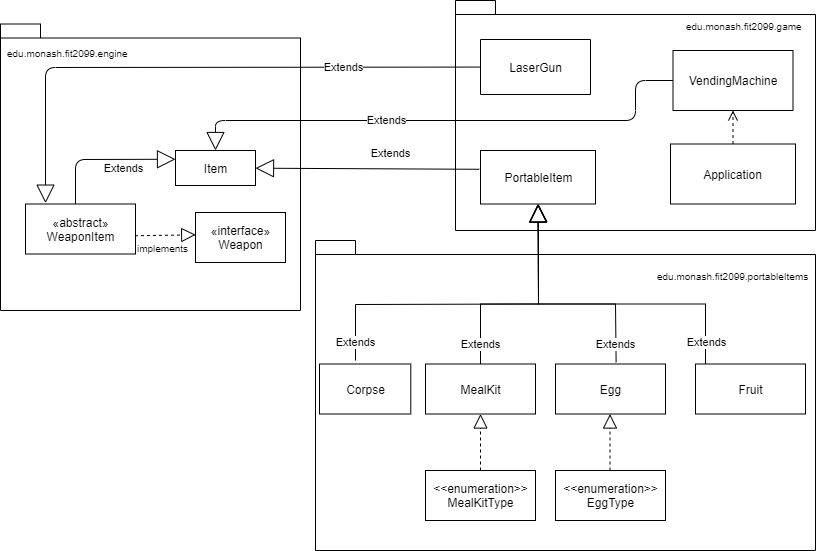
The draw.io diagram assignment_workings/ClassDiagram - items.png in mltw/fit2099-jurassic-park-2021, before a commit. Source tidied: cells renumbered, new cells last; positions are measured from the earlier drawing's top-left corner, leaving out a move shared by most shapes. The source it was exported from:
```xml
<mxGraphModel>
  <root>
    <mxCell id="0" />
    <mxCell id="1" parent="0" />
    <mxCell id="2" style="shape=folder;fontStyle=1;spacingTop=10;tabWidth=40;tabHeight=14;tabPosition=left;html=1;" parent="1" vertex="1">
      <mxGeometry y="23.5" width="300" height="286.5" as="geometry" />
    </mxCell>
    <mxCell id="3" style="shape=folder;fontStyle=1;spacingTop=10;tabWidth=40;tabHeight=14;tabPosition=left;html=1;" parent="1" vertex="1">
      <mxGeometry x="455" width="360" height="230" as="geometry" />
    </mxCell>
    <mxCell id="4" style="shape=folder;fontStyle=1;spacingTop=10;tabWidth=40;tabHeight=14;tabPosition=left;html=1;" parent="1" vertex="1">
      <mxGeometry x="315" y="240" width="500" height="310" as="geometry" />
    </mxCell>
    <mxCell id="5" value="Fruit" style="html=1;direction=north;" parent="1" vertex="1">
      <mxGeometry x="695" y="363.5" width="110" height="50" as="geometry" />
    </mxCell>
    <mxCell id="6" value="Extends" style="endArrow=block;endSize=16;endFill=0;html=1;rounded=0;" parent="1" edge="1">
      <mxGeometry x="-0.87" y="-1" relative="1" as="geometry">
        <mxPoint x="705" y="363.5" as="sourcePoint" />
        <mxPoint x="538" y="203.5" as="targetPoint" />
        <Array as="points">
          <mxPoint x="705" y="303.5" />
          <mxPoint x="538" y="303.5" />
        </Array>
      </mxGeometry>
    </mxCell>
    <mxCell id="7" value="Extends" style="endArrow=block;endSize=16;endFill=0;html=1;exitX=-0.011;exitY=0.351;exitDx=0;exitDy=0;exitPerimeter=0;" parent="1" edge="1" source="8" target="15">
      <mxGeometry x="-0.2" y="-15" relative="1" as="geometry" />
    </mxCell>
    <mxCell id="8" value="PortableItem" style="html=1;" parent="1" vertex="1">
      <mxGeometry x="480" y="150" width="115" height="53.5" as="geometry" />
    </mxCell>
    <mxCell id="9" value="&lt;font style=&quot;font-size: 12px&quot;&gt;Egg&lt;/font&gt;" style="html=1;fontSize=6;" parent="1" vertex="1">
      <mxGeometry x="555" y="363.5" width="110" height="50" as="geometry" />
    </mxCell>
    <mxCell id="10" value="Extends" style="endArrow=block;endSize=16;endFill=0;html=1;entryX=0.5;entryY=1;entryDx=0;entryDy=0;rounded=0;" parent="1" edge="1" source="11" target="8">
      <mxGeometry x="-0.82" relative="1" as="geometry">
        <Array as="points">
          <mxPoint x="480" y="303.5" />
          <mxPoint x="538" y="303.5" />
        </Array>
      </mxGeometry>
    </mxCell>
    <mxCell id="11" value="MealKit" style="html=1;" parent="1" vertex="1">
      <mxGeometry x="425" y="363.5" width="110" height="50" as="geometry" />
    </mxCell>
    <mxCell id="12" value="Extends" style="endArrow=block;endSize=16;endFill=0;html=1;entryX=0.5;entryY=1;entryDx=0;entryDy=0;rounded=0;exitX=0.551;exitY=-0.034;exitDx=0;exitDy=0;exitPerimeter=0;" parent="1" edge="1" source="9" target="8">
      <mxGeometry x="-0.84" relative="1" as="geometry">
        <Array as="points">
          <mxPoint x="615" y="303.5" />
          <mxPoint x="538" y="303.5" />
          <mxPoint x="538" y="243.5" />
        </Array>
      </mxGeometry>
    </mxCell>
    <mxCell id="13" value="Extends" style="endArrow=block;endSize=16;endFill=0;html=1;entryX=0.5;entryY=1;entryDx=0;entryDy=0;rounded=0;" parent="1" edge="1">
      <mxGeometry x="-0.89" relative="1" as="geometry">
        <mxPoint x="355" y="360" as="sourcePoint" />
        <mxPoint x="537.5" y="203.5" as="targetPoint" />
        <Array as="points">
          <mxPoint x="355" y="304" />
          <mxPoint x="538" y="303.5" />
        </Array>
      </mxGeometry>
    </mxCell>
    <mxCell id="14" value="Corpse" style="html=1;" parent="1" vertex="1">
      <mxGeometry x="319" y="363.5" width="91.3" height="50" as="geometry" />
    </mxCell>
    <mxCell id="15" value="Item" style="html=1;" parent="1" vertex="1">
      <mxGeometry x="175" y="150" width="80" height="35" as="geometry" />
    </mxCell>
    <mxCell id="16" value="LaserGun" style="html=1;direction=north;" parent="1" vertex="1">
      <mxGeometry x="480" y="39" width="110" height="55" as="geometry" />
    </mxCell>
    <mxCell id="17" value="«interface»&lt;br&gt;Weapon" style="html=1;" parent="1" vertex="1">
      <mxGeometry x="195" y="212" width="90" height="50" as="geometry" />
    </mxCell>
    <mxCell id="18" value="«abstract»&lt;br&gt;WeaponItem" style="html=1;" parent="1" vertex="1">
      <mxGeometry x="25" y="203.5" width="110" height="50" as="geometry" />
    </mxCell>
    <mxCell id="19" style="endArrow=block;dashed=1;endFill=0;endSize=12;html=1;entryX=0.002;entryY=0.446;entryDx=0;entryDy=0;exitX=0.995;exitY=0.635;exitDx=0;exitDy=0;exitPerimeter=0;entryPerimeter=0;" parent="1" edge="1" source="18" target="17">
      <mxGeometry x="290" y="-59" as="geometry" />
    </mxCell>
    <mxCell id="20" value="&lt;font size=&quot;1&quot;&gt;implements&lt;/font&gt;" style="edgeLabel;html=1;align=center;verticalAlign=middle;fontSize=6;" parent="19" vertex="1">
      <mxGeometry x="0.04" y="1" relative="1" as="geometry">
        <mxPoint x="-5" y="14" as="offset" />
      </mxGeometry>
    </mxCell>
    <mxCell id="21" value="Extends" style="endArrow=block;endSize=16;endFill=0;html=1;entryX=0;entryY=0.25;entryDx=0;entryDy=0;" parent="1" edge="1" target="15">
      <mxGeometry x="0.27" y="-9" relative="1" as="geometry">
        <mxPoint x="75" y="203.5" as="sourcePoint" />
        <Array as="points">
          <mxPoint x="75" y="159" />
        </Array>
      </mxGeometry>
    </mxCell>
    <mxCell id="22" value="&lt;span style=&quot;font-family: &amp;#34;helvetica&amp;#34; ; font-size: 10px ; text-align: center&quot;&gt;edu.monash.fit2099.engine&lt;/span&gt;" style="text;whiteSpace=wrap;html=1;" parent="1" vertex="1">
      <mxGeometry x="5" y="39" width="150" height="30" as="geometry" />
    </mxCell>
    <mxCell id="23" value="&lt;font style=&quot;font-size: 12px&quot;&gt;&amp;lt;&amp;lt;enumeration&amp;gt;&amp;gt;&lt;br&gt;EggType&lt;br&gt;&lt;/font&gt;" style="html=1;fontSize=6;" parent="1" vertex="1">
      <mxGeometry x="555" y="470" width="110" height="50" as="geometry" />
    </mxCell>
    <mxCell id="24" value="&lt;font style=&quot;font-size: 12px&quot;&gt;&amp;lt;&amp;lt;enumeration&amp;gt;&amp;gt;&lt;br&gt;MealKitType&lt;br&gt;&lt;/font&gt;" style="html=1;fontSize=6;" parent="1" vertex="1">
      <mxGeometry x="425" y="470" width="110" height="50" as="geometry" />
    </mxCell>
    <mxCell id="25" style="endArrow=block;dashed=1;endFill=0;endSize=12;html=1;entryX=0.5;entryY=1;entryDx=0;entryDy=0;" parent="1" edge="1" source="24" target="11">
      <mxGeometry x="605.2" y="156.7" as="geometry" />
    </mxCell>
    <mxCell id="26" style="endArrow=block;dashed=1;endFill=0;endSize=12;html=1;entryX=0.5;entryY=1;entryDx=0;entryDy=0;" parent="1" edge="1">
      <mxGeometry x="734.7" y="156.7" as="geometry">
        <mxPoint x="609.5" y="470" as="sourcePoint" />
        <mxPoint x="609.5" y="413.5" as="targetPoint" />
      </mxGeometry>
    </mxCell>
    <mxCell id="27" value="&lt;span style=&quot;font-family: &amp;#34;helvetica&amp;#34; ; font-size: 10px ; text-align: center&quot;&gt;edu.monash.fit2099.portableItems&lt;/span&gt;" style="text;whiteSpace=wrap;html=1;" parent="1" vertex="1">
      <mxGeometry x="655" y="262" width="150" height="30" as="geometry" />
    </mxCell>
    <mxCell id="28" value="VendingMachine" style="rounded=0;whiteSpace=wrap;html=1;" parent="1" vertex="1">
      <mxGeometry x="672.5" y="50" width="120" height="60" as="geometry" />
    </mxCell>
    <mxCell id="29" value="Application" style="rounded=0;whiteSpace=wrap;html=1;" parent="1" vertex="1">
      <mxGeometry x="670" y="143.5" width="125" height="60" as="geometry" />
    </mxCell>
    <mxCell id="30" style="html=1;verticalAlign=bottom;endArrow=open;dashed=1;endSize=8;entryX=0.5;entryY=1;entryDx=0;entryDy=0;" parent="1" edge="1" source="29" target="28">
      <mxGeometry relative="1" as="geometry" />
    </mxCell>
    <mxCell id="31" value="&lt;span style=&quot;font-family: &amp;#34;helvetica&amp;#34; ; font-size: 10px ; text-align: center&quot;&gt;edu.monash.fit2099.game&lt;/span&gt;" style="text;whiteSpace=wrap;html=1;" parent="1" vertex="1">
      <mxGeometry x="684" y="12" width="150" height="30" as="geometry" />
    </mxCell>
    <mxCell id="32" value="Extends" style="endArrow=block;endSize=16;endFill=0;html=1;entryX=0.182;entryY=-0.017;entryDx=0;entryDy=0;entryPerimeter=0;" parent="1" edge="1" source="16" target="18">
      <mxGeometry x="-0.52" relative="1" as="geometry">
        <Array as="points">
          <mxPoint x="45" y="67" />
        </Array>
      </mxGeometry>
    </mxCell>
    <mxCell id="33" value="Extends" style="endArrow=block;endSize=16;endFill=0;html=1;exitX=0;exitY=0.5;exitDx=0;exitDy=0;entryX=0.5;entryY=0;entryDx=0;entryDy=0;" parent="1" edge="1" source="28" target="15">
      <mxGeometry x="0.24" relative="1" as="geometry">
        <Array as="points">
          <mxPoint x="635" y="80" />
          <mxPoint x="635" y="120" />
          <mxPoint x="215" y="120" />
        </Array>
      </mxGeometry>
    </mxCell>
  </root>
</mxGraphModel>
```
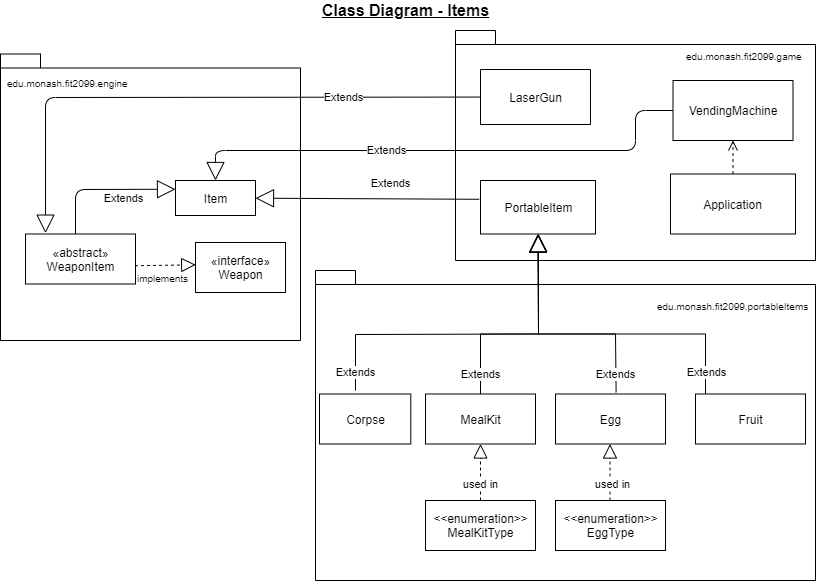
The same file after the commit.

Change to the diagram source:
```diff
@@ -106,12 +106,22 @@
     <mxCell id="25" style="endArrow=block;dashed=1;endFill=0;endSize=12;html=1;entryX=0.5;entryY=1;entryDx=0;entryDy=0;" parent="1" edge="1" source="24" target="11">
       <mxGeometry x="605.2" y="156.7" as="geometry" />
     </mxCell>
+    <mxCell id="34" value="used in" style="edgeLabel;html=1;align=center;verticalAlign=middle;" parent="25" vertex="1">
+      <mxGeometry relative="1" as="geometry">
+        <mxPoint x="-1" y="11" as="offset" />
+      </mxGeometry>
+    </mxCell>
     <mxCell id="26" style="endArrow=block;dashed=1;endFill=0;endSize=12;html=1;entryX=0.5;entryY=1;entryDx=0;entryDy=0;" parent="1" edge="1">
       <mxGeometry x="734.7" y="156.7" as="geometry">
         <mxPoint x="609.5" y="470" as="sourcePoint" />
         <mxPoint x="609.5" y="413.5" as="targetPoint" />
       </mxGeometry>
     </mxCell>
+    <mxCell id="35" value="used in" style="edgeLabel;html=1;align=center;verticalAlign=middle;" parent="26" vertex="1">
+      <mxGeometry relative="1" as="geometry">
+        <mxPoint x="2" y="11" as="offset" />
+      </mxGeometry>
+    </mxCell>
     <mxCell id="27" value="&lt;span style=&quot;font-family: &amp;#34;helvetica&amp;#34; ; font-size: 10px ; text-align: center&quot;&gt;edu.monash.fit2099.portableItems&lt;/span&gt;" style="text;whiteSpace=wrap;html=1;" parent="1" vertex="1">
       <mxGeometry x="655" y="262" width="150" height="30" as="geometry" />
     </mxCell>
@@ -143,5 +153,8 @@
         </Array>
       </mxGeometry>
     </mxCell>
+    <mxCell id="36" value="&lt;font style=&quot;font-size: 16px&quot;&gt;&lt;b&gt;&lt;u&gt;Class Diagram - Items&lt;/u&gt;&lt;/b&gt;&lt;/font&gt;" style="text;html=1;align=center;verticalAlign=middle;strokeColor=none;" parent="1" vertex="1">
+      <mxGeometry x="315" y="-30" width="180" height="20" as="geometry" />
+    </mxCell>
   </root>
 </mxGraphModel>
```
